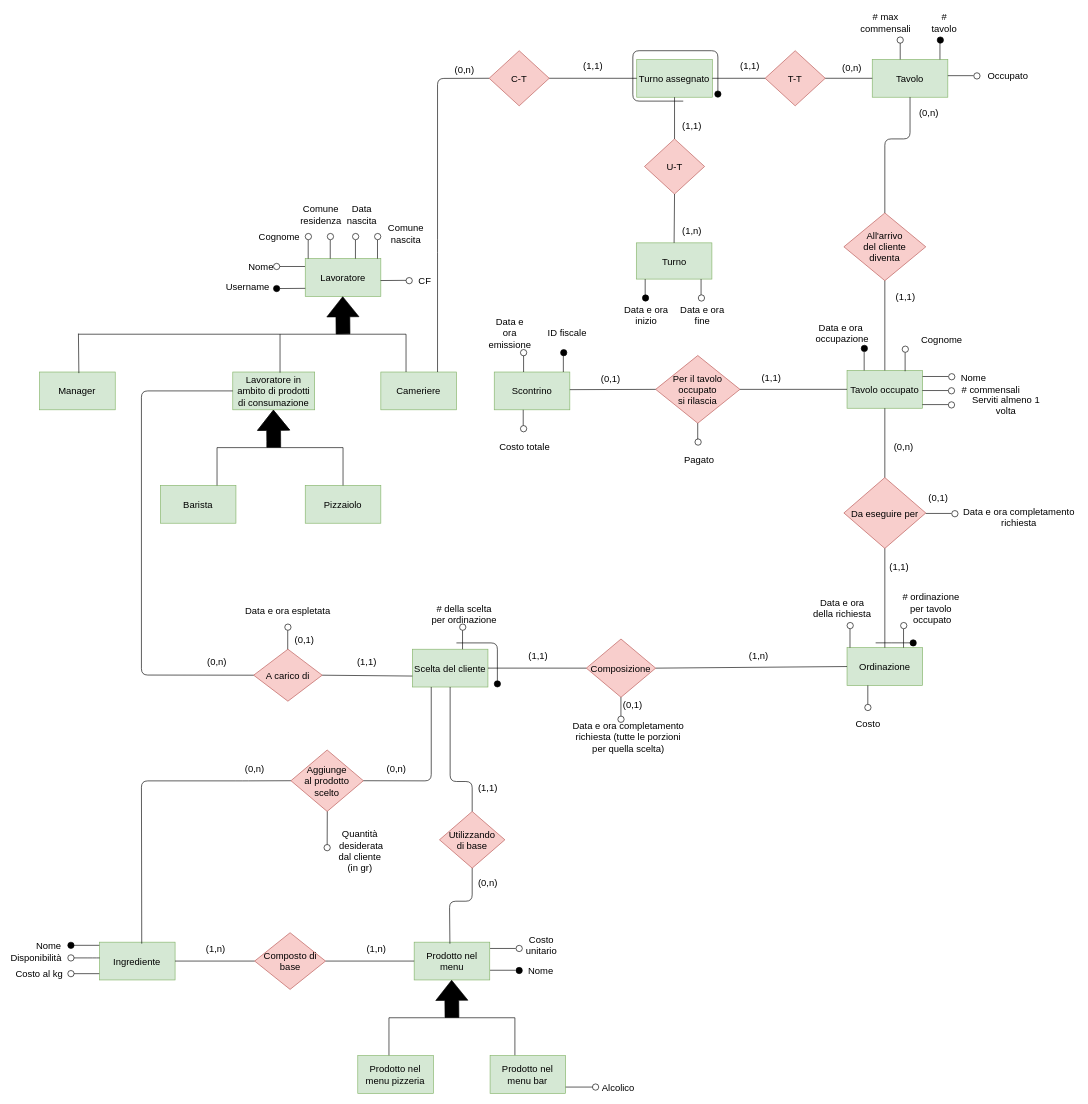
Above: ERD/ERD_EditableDiagram.drawio in StefanoBelli/pizzeria (draw.io), before the change. Source tidied: cells renumbered, new cells numbered last; positions are measured from the earlier drawing's top-left corner, leaving out a move shared by most shapes. Both pictures are drawn from the tidied source at 63%, with x=0, y=0 at pixel (11, 16).
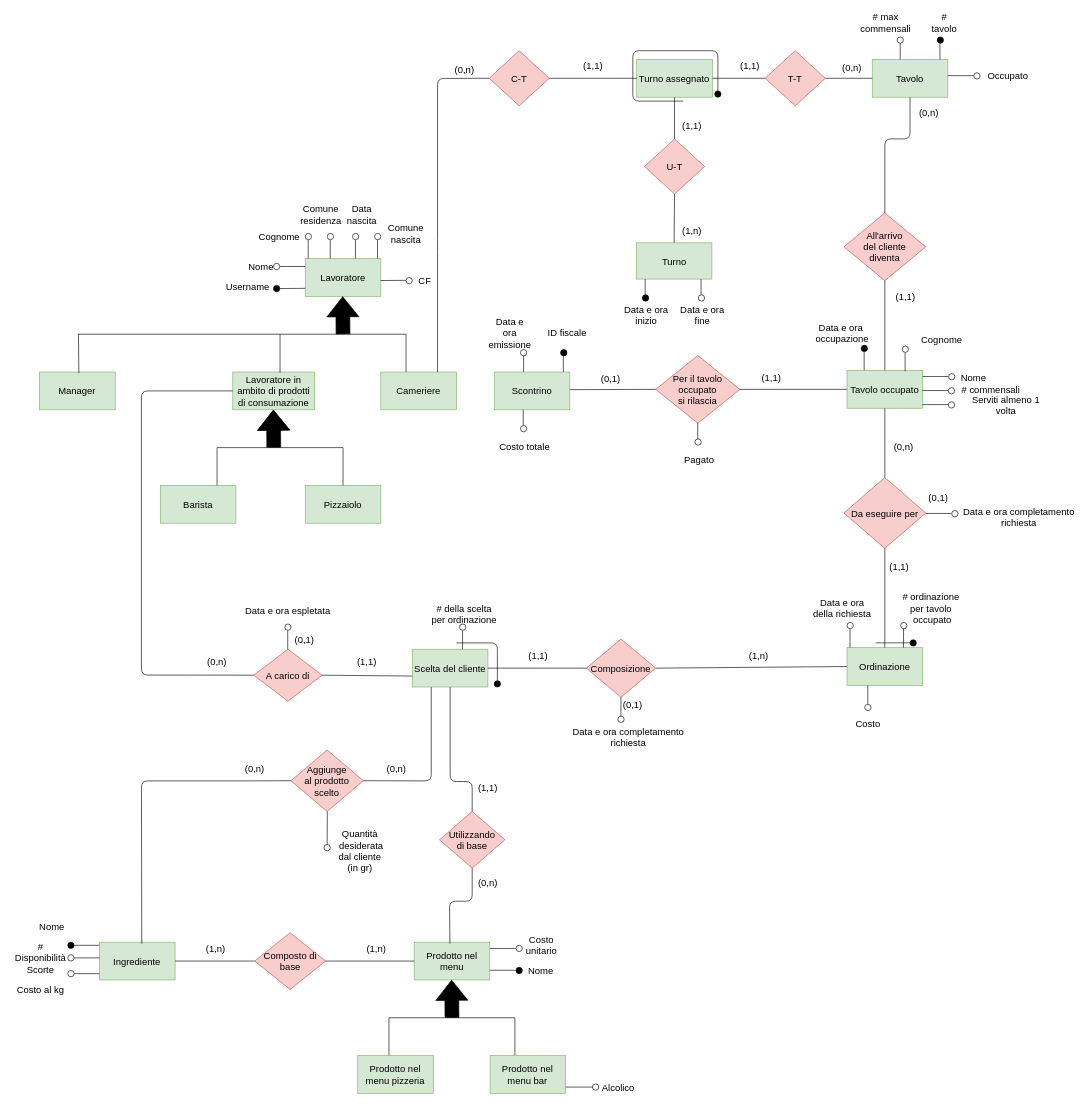
After the change.

What changed in the source:
```diff
@@
     <mxCell id="73" value="&lt;div style=&quot;font-size: 15px;&quot;&gt;Nome&lt;/div&gt;" style="text;html=1;strokeColor=none;fillColor=none;align=center;verticalAlign=middle;whiteSpace=wrap;rounded=0;direction=east;fontSize=15;" parent="1" vertex="1">
-      <mxGeometry x="40.1" y="1465" width="40" height="20" as="geometry" />
+      <mxGeometry x="45.4" y="1435" width="40" height="20" as="geometry" />
     </mxCell>
@@
-    <mxCell id="87" value="&lt;div style=&quot;font-size: 15px;&quot;&gt;Disponibilità&lt;/div&gt;" style="text;html=1;strokeColor=none;fillColor=none;align=center;verticalAlign=middle;whiteSpace=wrap;rounded=0;direction=east;fontSize=15;" parent="1" vertex="1">
-      <mxGeometry x="20.2" y="1485" width="40" height="20" as="geometry" />
+    <mxCell id="87" value="&lt;div style=&quot;font-size: 15px&quot;&gt;#&lt;br&gt;&lt;/div&gt;&lt;div style=&quot;font-size: 15px&quot;&gt;Disponibilità&lt;/div&gt;&lt;div style=&quot;font-size: 15px&quot;&gt;Scorte&lt;br&gt;&lt;/div&gt;" style="text;html=1;strokeColor=none;fillColor=none;align=center;verticalAlign=middle;whiteSpace=wrap;rounded=0;direction=east;fontSize=15;" parent="1" vertex="1">
+      <mxGeometry x="27" y="1485" width="40" height="20" as="geometry" />
     </mxCell>
@@
     <mxCell id="109" value="Costo al kg" style="text;html=1;strokeColor=none;fillColor=none;align=center;verticalAlign=middle;whiteSpace=wrap;rounded=0;direction=east;fontSize=15;" parent="1" vertex="1">
-      <mxGeometry x="0.4" y="1510" width="89.7" height="20" as="geometry" />
+      <mxGeometry x="2.2" y="1535" width="89.7" height="20" as="geometry" />
     </mxCell>
@@
-    <mxCell id="195" value="Data e ora completamento&lt;br&gt;richiesta (tutte le porzioni per quella scelta)" style="text;html=1;strokeColor=none;fillColor=none;align=center;verticalAlign=middle;whiteSpace=wrap;rounded=0;fontSize=15;" parent="1" vertex="1">
+    <mxCell id="195" value="Data e ora completamento&lt;br&gt;richiesta" style="text;html=1;strokeColor=none;fillColor=none;align=center;verticalAlign=middle;whiteSpace=wrap;rounded=0;fontSize=15;" parent="1" vertex="1">
       <mxGeometry x="887.9" y="1133.7" width="184" height="20" as="geometry" />
     </mxCell>
```
